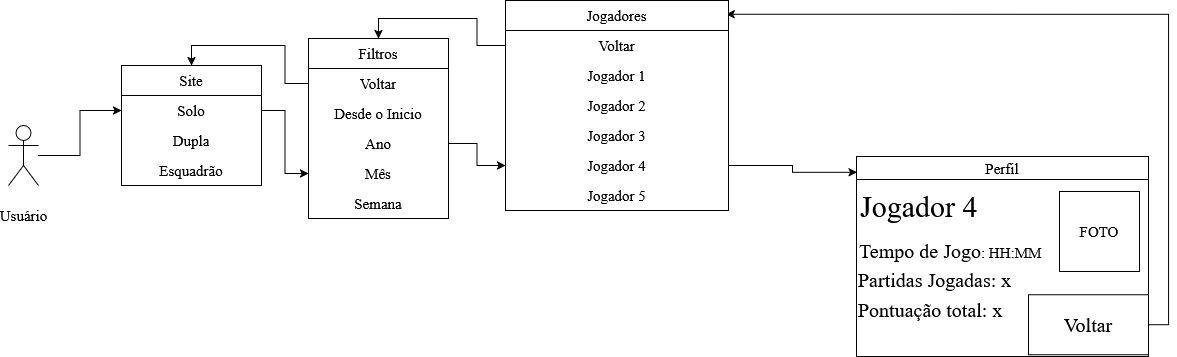
SkylerRedwave/projetoMarcioSegundoSemestre keeps this draw.io diagram as Diagrama de Interação.png. Above is the earlier version. Source tidied: cells renumbered, new cells last; positions are measured from the earlier drawing's top-left corner, leaving out a move shared by most shapes.
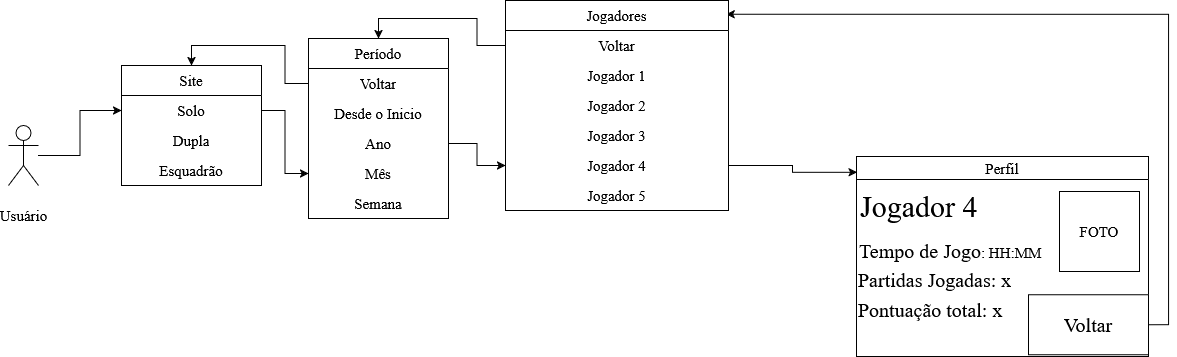
After the change.

What changed in the source:
```diff
@@ -20,7 +20,7 @@
     <mxCell id="7" value="&lt;div&gt;Esquadrão&lt;/div&gt;" style="text;strokeColor=none;fillColor=none;align=center;verticalAlign=middle;spacingLeft=4;spacingRight=4;overflow=hidden;whiteSpace=wrap;html=1;fontFamily=Times New Roman;fontSize=15;fontColor=default;fontStyle=0;" parent="4" vertex="1">
       <mxGeometry y="90" width="140" height="30" as="geometry" />
     </mxCell>
-    <mxCell id="8" value="&lt;div&gt;Filtros&lt;/div&gt;" style="swimlane;fontStyle=0;horizontal=1;startSize=30;whiteSpace=wrap;html=1;fontFamily=Times New Roman;fontSize=15;fontColor=default;align=center;verticalAlign=middle;" parent="1" vertex="1">
+    <mxCell id="8" value="Período" style="swimlane;fontStyle=0;horizontal=1;startSize=30;whiteSpace=wrap;html=1;fontFamily=Times New Roman;fontSize=15;fontColor=default;align=center;verticalAlign=middle;" parent="1" vertex="1">
       <mxGeometry x="300" y="38" width="140" height="180" as="geometry" />
     </mxCell>
     <mxCell id="9" value="Voltar" style="text;strokeColor=none;fillColor=none;align=center;verticalAlign=middle;spacingLeft=4;spacingRight=4;overflow=hidden;points=[[0,0.5],[1,0.5]];portConstraint=eastwest;whiteSpace=wrap;html=1;fontFamily=Times New Roman;fontSize=15;fontColor=default;fontStyle=0;" parent="8" vertex="1">
```
